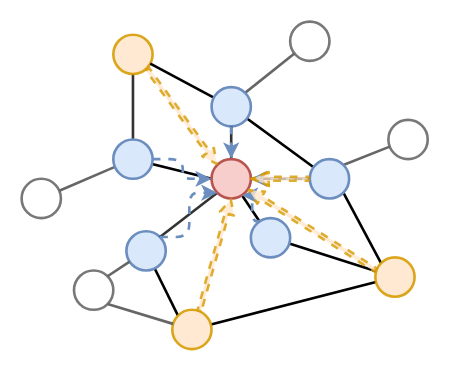
Before: page "attention" (9 of 9) of attention embedding.drawio in zjtone/RL-Note, a draw.io diagram. Source tidied: cells renumbered, new cells numbered last; positions are measured from the earlier drawing's top-left corner, leaving out a move shared by most shapes. Both pictures are drawn from the tidied source at 131%, with x=0, y=0 at pixel (21, 21).
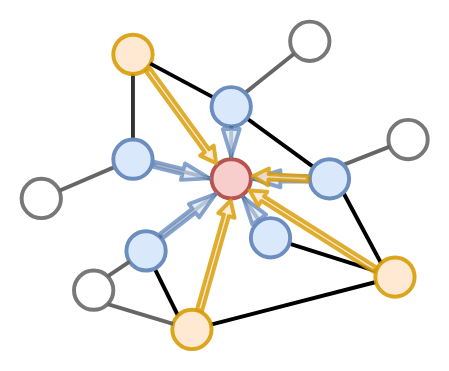
After the change.

What changed in the source:
```diff
@@
-    <mxCell id="2" style="edgeStyle=none;rounded=0;jettySize=auto;html=1;endArrow=none;endFill=0;opacity=80;strokeColor=#000000;strokeWidth=2;" parent="1" edge="1" source="3">
+    <mxCell id="2" style="edgeStyle=none;rounded=0;jettySize=auto;html=1;endArrow=none;endFill=0;opacity=80;strokeColor=#000000;strokeWidth=3;" parent="1" edge="1" source="3">
       <mxGeometry relative="1" as="geometry">
         <mxPoint x="85" y="94" as="targetPoint" />
       </mxGeometry>
     </mxCell>
-    <mxCell id="3" style="ellipse;whiteSpace=wrap;html=1;fontStyle=1;strokeWidth=2;fillColor=#ffe6cc;strokeColor=#d79b00;opacity=88;" parent="1" vertex="1">
+    <mxCell id="3" style="ellipse;whiteSpace=wrap;html=1;fontStyle=1;strokeWidth=3;fillColor=#ffe6cc;strokeColor=#d79b00;opacity=88;" parent="1" vertex="1">
       <mxGeometry x="70" y="10" width="30" height="30" as="geometry" />
     </mxCell>
-    <mxCell id="4" style="edgeStyle=none;rounded=0;jettySize=auto;html=1;endArrow=none;endFill=0;fillColor=#f5f5f5;strokeColor=#000000;strokeWidth=2;" parent="1" edge="1" source="7" target="3">
+    <mxCell id="4" style="edgeStyle=none;rounded=0;jettySize=auto;html=1;endArrow=none;endFill=0;fillColor=#f5f5f5;strokeColor=#000000;strokeWidth=3;" parent="1" edge="1" source="7" target="3">
       <mxGeometry relative="1" as="geometry" />
     </mxCell>
-    <mxCell id="5" style="edgeStyle=none;rounded=0;jettySize=auto;html=1;endArrow=none;endFill=0;strokeWidth=2;" parent="1" edge="1" source="7" target="12">
+    <mxCell id="5" style="edgeStyle=none;rounded=0;jettySize=auto;html=1;endArrow=none;endFill=0;strokeWidth=3;" parent="1" edge="1" source="7" target="12">
       <mxGeometry relative="1" as="geometry" />
     </mxCell>
-    <mxCell id="6" style="edgeStyle=none;rounded=0;jettySize=auto;html=1;exitX=1;exitY=0;exitDx=0;exitDy=0;endArrow=none;endFill=0;fillColor=#f5f5f5;strokeColor=#666666;strokeWidth=2;" parent="1" edge="1" source="7" target="26">
+    <mxCell id="6" style="edgeStyle=none;rounded=0;jettySize=auto;html=1;exitX=1;exitY=0;exitDx=0;exitDy=0;endArrow=none;endFill=0;fillColor=#f5f5f5;strokeColor=#666666;strokeWidth=3;" parent="1" edge="1" source="7" target="26">
       <mxGeometry relative="1" as="geometry" />
     </mxCell>
-    <mxCell id="7" style="ellipse;whiteSpace=wrap;html=1;fontStyle=1;strokeWidth=2;fillColor=#dae8fc;strokeColor=#6c8ebf;" parent="1" vertex="1">
+    <mxCell id="7" style="ellipse;whiteSpace=wrap;html=1;fontStyle=1;strokeWidth=3;fillColor=#dae8fc;strokeColor=#6c8ebf;" parent="1" vertex="1">
       <mxGeometry x="145" y="50" width="30" height="30" as="geometry" />
     </mxCell>
-    <mxCell id="8" style="edgeStyle=none;rounded=0;jettySize=auto;html=1;entryX=0;entryY=0;entryDx=0;entryDy=0;endArrow=none;endFill=0;strokeColor=#000000;strokeWidth=2;" parent="1" edge="1" source="9" target="14">
+    <mxCell id="8" style="edgeStyle=none;rounded=0;jettySize=auto;html=1;entryX=0;entryY=0;entryDx=0;entryDy=0;endArrow=none;endFill=0;strokeColor=#000000;strokeWidth=3;" parent="1" edge="1" source="9" target="14">
       <mxGeometry relative="1" as="geometry" />
     </mxCell>
-    <mxCell id="9" style="ellipse;whiteSpace=wrap;html=1;fontStyle=1;strokeWidth=2;fillColor=#dae8fc;strokeColor=#6c8ebf;" parent="1" vertex="1">
+    <mxCell id="9" style="ellipse;whiteSpace=wrap;html=1;fontStyle=1;strokeWidth=3;fillColor=#dae8fc;strokeColor=#6c8ebf;" parent="1" vertex="1">
       <mxGeometry x="80" y="160" width="30" height="30" as="geometry" />
     </mxCell>
-    <mxCell id="10" style="edgeStyle=none;rounded=0;jettySize=auto;html=1;exitX=1;exitY=1;exitDx=0;exitDy=0;entryX=0;entryY=0;entryDx=0;entryDy=0;endArrow=none;endFill=0;strokeColor=#000000;strokeWidth=2;" parent="1" edge="1" source="12" target="23">
+    <mxCell id="10" style="edgeStyle=none;rounded=0;jettySize=auto;html=1;exitX=1;exitY=1;exitDx=0;exitDy=0;entryX=0;entryY=0;entryDx=0;entryDy=0;endArrow=none;endFill=0;strokeColor=#000000;strokeWidth=3;" parent="1" edge="1" source="12" target="23">
       <mxGeometry relative="1" as="geometry" />
     </mxCell>
-    <mxCell id="11" style="edgeStyle=none;rounded=0;jettySize=auto;html=1;exitX=1;exitY=0;exitDx=0;exitDy=0;endArrow=none;endFill=0;fillColor=#f5f5f5;strokeColor=#666666;strokeWidth=2;" parent="1" edge="1" source="12" target="31">
+    <mxCell id="11" style="edgeStyle=none;rounded=0;jettySize=auto;html=1;exitX=1;exitY=0;exitDx=0;exitDy=0;endArrow=none;endFill=0;fillColor=#f5f5f5;strokeColor=#666666;strokeWidth=3;" parent="1" edge="1" source="12" target="31">
       <mxGeometry relative="1" as="geometry" />
     </mxCell>
-    <mxCell id="12" style="ellipse;whiteSpace=wrap;html=1;fontStyle=1;strokeWidth=2;fillColor=#dae8fc;strokeColor=#6c8ebf;" parent="1" vertex="1">
+    <mxCell id="12" style="ellipse;whiteSpace=wrap;html=1;fontStyle=1;strokeWidth=3;fillColor=#dae8fc;strokeColor=#6c8ebf;" parent="1" vertex="1">
       <mxGeometry x="220" y="105" width="30" height="30" as="geometry" />
     </mxCell>
-    <mxCell id="13" style="edgeStyle=none;rounded=0;jettySize=auto;html=1;endArrow=none;endFill=0;fillColor=#f5f5f5;strokeColor=#000000;strokeWidth=2;" parent="1" edge="1" source="14" target="23">
+    <mxCell id="13" style="edgeStyle=none;rounded=0;jettySize=auto;html=1;endArrow=none;endFill=0;fillColor=#f5f5f5;strokeColor=#000000;strokeWidth=3;" parent="1" edge="1" source="14" target="23">
       <mxGeometry relative="1" as="geometry" />
     </mxCell>
-    <mxCell id="14" style="ellipse;whiteSpace=wrap;html=1;fontStyle=1;strokeWidth=2;fillColor=#ffe6cc;strokeColor=#d79b00;opacity=88;" parent="1" vertex="1">
+    <mxCell id="14" style="ellipse;whiteSpace=wrap;html=1;fontStyle=1;strokeWidth=3;fillColor=#ffe6cc;strokeColor=#d79b00;opacity=88;" parent="1" vertex="1">
       <mxGeometry x="115" y="220" width="30" height="30" as="geometry" />
     </mxCell>
-    <mxCell id="15" style="rounded=0;jettySize=auto;html=1;exitX=1;exitY=0.5;exitDx=0;exitDy=0;entryX=0;entryY=0.5;entryDx=0;entryDy=0;endArrow=none;endFill=0;strokeWidth=2;" parent="1" edge="1" source="20" target="12">
+    <mxCell id="15" style="rounded=0;jettySize=auto;html=1;exitX=1;exitY=0.5;exitDx=0;exitDy=0;entryX=0;entryY=0.5;entryDx=0;entryDy=0;endArrow=none;endFill=0;strokeWidth=3;" parent="1" edge="1" source="20" target="12">
       <mxGeometry relative="1" as="geometry" />
     </mxCell>
-    <mxCell id="16" style="edgeStyle=none;rounded=0;jettySize=auto;html=1;exitX=0.5;exitY=0;exitDx=0;exitDy=0;entryX=0.5;entryY=1;entryDx=0;entryDy=0;endArrow=none;endFill=0;opacity=80;strokeWidth=2;" parent="1" edge="1" source="20" target="7">
+    <mxCell id="16" style="edgeStyle=none;rounded=0;jettySize=auto;html=1;exitX=0.5;exitY=0;exitDx=0;exitDy=0;entryX=0.5;entryY=1;entryDx=0;entryDy=0;endArrow=none;endFill=0;opacity=80;strokeWidth=3;" parent="1" edge="1" source="20" target="7">
       <mxGeometry relative="1" as="geometry" />
     </mxCell>
-    <mxCell id="17" style="edgeStyle=none;rounded=0;jettySize=auto;html=1;endArrow=none;endFill=0;strokeWidth=2;" parent="1" edge="1" source="20" target="22">
+    <mxCell id="17" style="edgeStyle=none;rounded=0;jettySize=auto;html=1;endArrow=none;endFill=0;strokeWidth=3;" parent="1" edge="1" source="20" target="22">
       <mxGeometry relative="1" as="geometry" />
     </mxCell>
-    <mxCell id="18" style="edgeStyle=none;rounded=0;jettySize=auto;html=1;exitX=0;exitY=1;exitDx=0;exitDy=0;entryX=1;entryY=0;entryDx=0;entryDy=0;endArrow=none;endFill=0;opacity=80;strokeWidth=2;" parent="1" edge="1" source="20" target="9">
+    <mxCell id="18" style="edgeStyle=none;rounded=0;jettySize=auto;html=1;exitX=0;exitY=1;exitDx=0;exitDy=0;entryX=1;entryY=0;entryDx=0;entryDy=0;endArrow=none;endFill=0;opacity=80;strokeWidth=3;" parent="1" edge="1" source="20" target="9">
       <mxGeometry relative="1" as="geometry" />
     </mxCell>
-    <mxCell id="19" style="edgeStyle=none;rounded=0;jettySize=auto;html=1;endArrow=none;endFill=0;entryX=0;entryY=0.5;entryDx=0;entryDy=0;strokeWidth=2;" parent="1" edge="1" source="25" target="20">
+    <mxCell id="19" style="edgeStyle=none;rounded=0;jettySize=auto;html=1;endArrow=none;endFill=0;entryX=0;entryY=0.5;entryDx=0;entryDy=0;strokeWidth=3;" parent="1" edge="1" source="25" target="20">
       <mxGeometry relative="1" as="geometry" />
     </mxCell>
-    <mxCell id="20" style="ellipse;whiteSpace=wrap;html=1;fillColor=#f8cecc;strokeColor=#b85450;fontStyle=1;strokeWidth=2;" parent="1" vertex="1">
+    <mxCell id="20" style="ellipse;whiteSpace=wrap;html=1;fillColor=#f8cecc;strokeColor=#b85450;fontStyle=1;strokeWidth=3;" parent="1" vertex="1">
       <mxGeometry x="145" y="105" width="30" height="30" as="geometry" />
     </mxCell>
-    <mxCell id="21" style="edgeStyle=none;rounded=0;jettySize=auto;html=1;endArrow=none;endFill=0;strokeColor=#000000;strokeWidth=2;" parent="1" edge="1" source="22" target="23">
+    <mxCell id="21" style="edgeStyle=none;rounded=0;jettySize=auto;html=1;endArrow=none;endFill=0;strokeColor=#000000;strokeWidth=3;" parent="1" edge="1" source="22" target="23">
       <mxGeometry relative="1" as="geometry" />
     </mxCell>
-    <mxCell id="22" style="ellipse;whiteSpace=wrap;html=1;fontStyle=1;strokeWidth=2;fillColor=#dae8fc;strokeColor=#6c8ebf;" parent="1" vertex="1">
+    <mxCell id="22" style="ellipse;whiteSpace=wrap;html=1;fontStyle=1;strokeWidth=3;fillColor=#dae8fc;strokeColor=#6c8ebf;" parent="1" vertex="1">
       <mxGeometry x="175" y="150" width="30" height="30" as="geometry" />
     </mxCell>
-    <mxCell id="23" style="ellipse;whiteSpace=wrap;html=1;fontStyle=1;strokeWidth=2;fillColor=#ffe6cc;strokeColor=#d79b00;opacity=88;" parent="1" vertex="1">
+    <mxCell id="23" style="ellipse;whiteSpace=wrap;html=1;fontStyle=1;strokeWidth=3;fillColor=#ffe6cc;strokeColor=#d79b00;opacity=88;" parent="1" vertex="1">
       <mxGeometry x="270" y="180" width="30" height="30" as="geometry" />
     </mxCell>
-    <mxCell id="24" style="edgeStyle=none;rounded=0;jettySize=auto;html=1;endArrow=none;endFill=0;fillColor=#f5f5f5;strokeColor=#666666;strokeWidth=2;" parent="1" edge="1" source="25" target="27">
+    <mxCell id="24" style="edgeStyle=none;rounded=0;jettySize=auto;html=1;endArrow=none;endFill=0;fillColor=#f5f5f5;strokeColor=#666666;strokeWidth=3;" parent="1" edge="1" source="25" target="27">
       <mxGeometry relative="1" as="geometry" />
     </mxCell>
-    <mxCell id="25" style="ellipse;whiteSpace=wrap;html=1;fontStyle=1;strokeWidth=2;fillColor=#dae8fc;strokeColor=#6c8ebf;" parent="1" vertex="1">
+    <mxCell id="25" style="ellipse;whiteSpace=wrap;html=1;fontStyle=1;strokeWidth=3;fillColor=#dae8fc;strokeColor=#6c8ebf;" parent="1" vertex="1">
       <mxGeometry x="70" y="90" width="30" height="30" as="geometry" />
     </mxCell>
-    <mxCell id="26" style="ellipse;whiteSpace=wrap;html=1;fontStyle=1;strokeWidth=2;fillColor=none;strokeColor=#666666;fontColor=#333333;opacity=88;" parent="1" vertex="1">
+    <mxCell id="26" style="ellipse;whiteSpace=wrap;html=1;fontStyle=1;strokeWidth=3;fillColor=none;strokeColor=#666666;fontColor=#333333;opacity=88;" parent="1" vertex="1">
       <mxGeometry x="205" width="30" height="30" as="geometry" />
     </mxCell>
-    <mxCell id="27" style="ellipse;whiteSpace=wrap;html=1;fontStyle=1;strokeWidth=2;fillColor=none;strokeColor=#666666;fontColor=#333333;opacity=88;" parent="1" vertex="1">
+    <mxCell id="27" style="ellipse;whiteSpace=wrap;html=1;fontStyle=1;strokeWidth=3;fillColor=none;strokeColor=#666666;fontColor=#333333;opacity=88;" parent="1" vertex="1">
       <mxGeometry y="120" width="30" height="30" as="geometry" />
     </mxCell>
-    <mxCell id="28" style="edgeStyle=none;rounded=0;jettySize=auto;html=1;exitX=1;exitY=0;exitDx=0;exitDy=0;endArrow=none;endFill=0;fillColor=#f5f5f5;strokeColor=#666666;strokeWidth=2;" parent="1" edge="1" source="30" target="9">
+    <mxCell id="28" style="edgeStyle=none;rounded=0;jettySize=auto;html=1;exitX=1;exitY=0;exitDx=0;exitDy=0;endArrow=none;endFill=0;fillColor=#f5f5f5;strokeColor=#666666;strokeWidth=3;" parent="1" edge="1" source="30" target="9">
       <mxGeometry relative="1" as="geometry" />
     </mxCell>
-    <mxCell id="29" style="edgeStyle=none;rounded=0;jettySize=auto;html=1;exitX=1;exitY=1;exitDx=0;exitDy=0;endArrow=none;endFill=0;fillColor=#f5f5f5;strokeColor=#666666;strokeWidth=2;" parent="1" edge="1" source="30" target="14">
+    <mxCell id="29" style="edgeStyle=none;rounded=0;jettySize=auto;html=1;exitX=1;exitY=1;exitDx=0;exitDy=0;endArrow=none;endFill=0;fillColor=#f5f5f5;strokeColor=#666666;strokeWidth=3;" parent="1" edge="1" source="30" target="14">
       <mxGeometry relative="1" as="geometry" />
     </mxCell>
-    <mxCell id="30" style="ellipse;whiteSpace=wrap;html=1;fontStyle=1;strokeWidth=2;fillColor=none;strokeColor=#666666;fontColor=#333333;opacity=88;" parent="1" vertex="1">
+    <mxCell id="30" style="ellipse;whiteSpace=wrap;html=1;fontStyle=1;strokeWidth=3;fillColor=none;strokeColor=#666666;fontColor=#333333;opacity=88;" parent="1" vertex="1">
       <mxGeometry x="40" y="190" width="30" height="30" as="geometry" />
     </mxCell>
-    <mxCell id="31" style="ellipse;whiteSpace=wrap;html=1;fontStyle=1;strokeWidth=2;fillColor=none;strokeColor=#666666;fontColor=#333333;opacity=88;" parent="1" vertex="1">
+    <mxCell id="31" style="ellipse;whiteSpace=wrap;html=1;fontStyle=1;strokeWidth=3;fillColor=none;strokeColor=#666666;fontColor=#333333;opacity=88;" parent="1" vertex="1">
       <mxGeometry x="280" y="75" width="30" height="30" as="geometry" />
     </mxCell>
-    <mxCell id="32" style="endArrow=classic;html=1;fillColor=#dae8fc;strokeColor=#6c8ebf;strokeWidth=2;endWidth=5.906040268456375;entryX=0;entryY=0.5;entryDx=0;entryDy=0;exitX=0;exitY=0.5;exitDx=0;exitDy=0;edgeStyle=elbowEdgeStyle;dashed=1;" parent="1" edge="1" source="12">
+    <mxCell id="32" style="endArrow=classic;html=1;fillColor=#dae8fc;strokeColor=#6c8ebf;strokeWidth=3;endWidth=5.906040268456375;entryX=0;entryY=0.5;entryDx=0;entryDy=0;exitX=0;exitY=0.5;exitDx=0;exitDy=0;shape=flexArrow;width=2;opacity=80;" parent="1" edge="1" source="12">
       <mxGeometry relative="1" as="geometry">
         <mxPoint x="175" y="120" as="targetPoint" />
       </mxGeometry>
     </mxCell>
-    <mxCell id="33" style="endArrow=classic;html=1;fillColor=#dae8fc;strokeColor=#6c8ebf;strokeWidth=2;endWidth=5.906040268456375;edgeStyle=elbowEdgeStyle;dashed=1;" parent="1" edge="1">
+    <mxCell id="33" style="endArrow=classic;html=1;fillColor=#dae8fc;strokeColor=#6c8ebf;strokeWidth=3;endWidth=5.906040268456375;shape=flexArrow;width=2;opacity=80;" parent="1" edge="1">
       <mxGeometry relative="1" as="geometry">
         <mxPoint x="160" y="80" as="sourcePoint" />
         <mxPoint x="160" y="104.5" as="targetPoint" />
       </mxGeometry>
     </mxCell>
-    <mxCell id="34" style="endArrow=classic;html=1;fillColor=#dae8fc;strokeColor=#6c8ebf;strokeWidth=2;endWidth=5.906040268456375;edgeStyle=elbowEdgeStyle;dashed=1;entryX=0.776;entryY=0.924;entryDx=0;entryDy=0;entryPerimeter=0;" parent="1" edge="1" target="20">
+    <mxCell id="34" style="endArrow=classic;html=1;fillColor=#dae8fc;strokeColor=#6c8ebf;strokeWidth=3;endWidth=5.906040268456375;entryX=0.776;entryY=0.924;entryDx=0;entryDy=0;entryPerimeter=0;shape=flexArrow;width=2;opacity=80;" parent="1" edge="1" target="20">
       <mxGeometry relative="1" as="geometry">
         <mxPoint x="182.2" y="152.3" as="sourcePoint" />
-        <Array as="points">
-          <mxPoint x="176" y="133" />
-          <mxPoint x="176" y="136" />
-        </Array>
       </mxGeometry>
     </mxCell>
-    <mxCell id="35" style="endArrow=classic;html=1;fillColor=#dae8fc;strokeColor=#6c8ebf;strokeWidth=2;endWidth=5.906040268456375;edgeStyle=elbowEdgeStyle;dashed=1;" parent="1" edge="1" source="25">
+    <mxCell id="35" style="endArrow=classic;html=1;fillColor=#dae8fc;strokeColor=#6c8ebf;strokeWidth=3;endWidth=5.906040268456375;shape=flexArrow;width=2;opacity=80;" parent="1" edge="1" source="25">
       <mxGeometry relative="1" as="geometry">
         <mxPoint x="145" y="120" as="targetPoint" />
       </mxGeometry>
     </mxCell>
-    <mxCell id="36" style="endArrow=classic;html=1;fillColor=#dae8fc;strokeColor=#6c8ebf;strokeWidth=2;endWidth=5.906040268456375;entryX=0;entryY=1;entryDx=0;entryDy=0;exitX=1;exitY=0;exitDx=0;exitDy=0;edgeStyle=elbowEdgeStyle;dashed=1;" parent="1" edge="1" source="9" target="20">
+    <mxCell id="36" style="endArrow=classic;html=1;fillColor=#dae8fc;strokeColor=#6c8ebf;strokeWidth=3;endWidth=5.906040268456375;entryX=0;entryY=1;entryDx=0;entryDy=0;exitX=1;exitY=0;exitDx=0;exitDy=0;shape=flexArrow;width=2;opacity=80;" parent="1" edge="1" source="9" target="20">
       <mxGeometry relative="1" as="geometry" />
     </mxCell>
-    <mxCell id="37" style="shape=flexArrow;endArrow=classic;html=1;fillColor=#ffe6cc;strokeColor=#d79b00;opacity=80;strokeWidth=2;width=2;endSize=3;startSize=6;endWidth=5.906040268456375;dashed=1;" parent="1" edge="1" target="20">
+    <mxCell id="37" style="shape=flexArrow;endArrow=classic;html=1;fillColor=#ffe6cc;strokeColor=#d79b00;opacity=80;strokeWidth=3;width=2;endSize=3;startSize=6;endWidth=5.906040268456375;" parent="1" edge="1" target="20">
       <mxGeometry relative="1" as="geometry">
         <mxPoint x="271.1" y="190.1" as="sourcePoint" />
       </mxGeometry>
     </mxCell>
-    <mxCell id="38" style="shape=flexArrow;endArrow=classic;html=1;fillColor=#ffe6cc;strokeColor=#d79b00;opacity=80;strokeWidth=2;width=2;endSize=3.546511627906977;startSize=6;endWidth=5.348837209302326;exitX=0;exitY=0.5;exitDx=0;exitDy=0;edgeStyle=elbowEdgeStyle;elbow=vertical;dashed=1;entryX=1;entryY=0.5;entryDx=0;entryDy=0;" parent="1" edge="1" source="12" target="20">
-      <mxGeometry relative="1" as="geometry" />
-    </mxCell>
-    <mxCell id="39" style="shape=flexArrow;endArrow=classic;html=1;fillColor=#ffe6cc;strokeColor=#d79b00;opacity=80;strokeWidth=2;width=2;endSize=3;startSize=6;endWidth=5.906040268456375;entryX=0;entryY=0;entryDx=0;entryDy=0;exitX=1;exitY=1;exitDx=0;exitDy=0;dashed=1;" parent="1" edge="1" source="3" target="20">
+    <mxCell id="39" style="shape=flexArrow;endArrow=classic;html=1;fillColor=#ffe6cc;strokeColor=#d79b00;opacity=80;strokeWidth=3;width=2;endSize=3;startSize=6;endWidth=5.906040268456375;entryX=0;entryY=0;entryDx=0;entryDy=0;exitX=1;exitY=1;exitDx=0;exitDy=0;" parent="1" edge="1" source="3" target="20">
       <mxGeometry relative="1" as="geometry" />
     </mxCell>
-    <mxCell id="40" style="shape=flexArrow;endArrow=classic;html=1;fillColor=#ffe6cc;strokeColor=#d79b00;opacity=80;strokeWidth=2;width=2;endSize=3;startSize=6;endWidth=5.906040268456375;entryX=0.5;entryY=1;entryDx=0;entryDy=0;exitX=0.68;exitY=0.059;exitDx=0;exitDy=0;exitPerimeter=0;dashed=1;" parent="1" edge="1" source="14" target="20">
+    <mxCell id="40" style="shape=flexArrow;endArrow=classic;html=1;fillColor=#ffe6cc;strokeColor=#d79b00;opacity=80;strokeWidth=3;width=2;endSize=3;startSize=6;endWidth=5.906040268456375;entryX=0.5;entryY=1;entryDx=0;entryDy=0;exitX=0.68;exitY=0.059;exitDx=0;exitDy=0;exitPerimeter=0;" parent="1" edge="1" source="14" target="20">
       <mxGeometry relative="1" as="geometry" />
     </mxCell>
+    <mxCell id="41" style="shape=flexArrow;endArrow=classic;html=1;fillColor=#ffe6cc;strokeColor=#d79b00;opacity=80;strokeWidth=3;width=2;endSize=3;startSize=6;endWidth=5.906040268456375;exitX=0;exitY=0.5;exitDx=0;exitDy=0;" parent="1" edge="1" source="12">
+      <mxGeometry relative="1" as="geometry">
+        <mxPoint x="175" y="117.9" as="targetPoint" />
+      </mxGeometry>
+    </mxCell>
```
